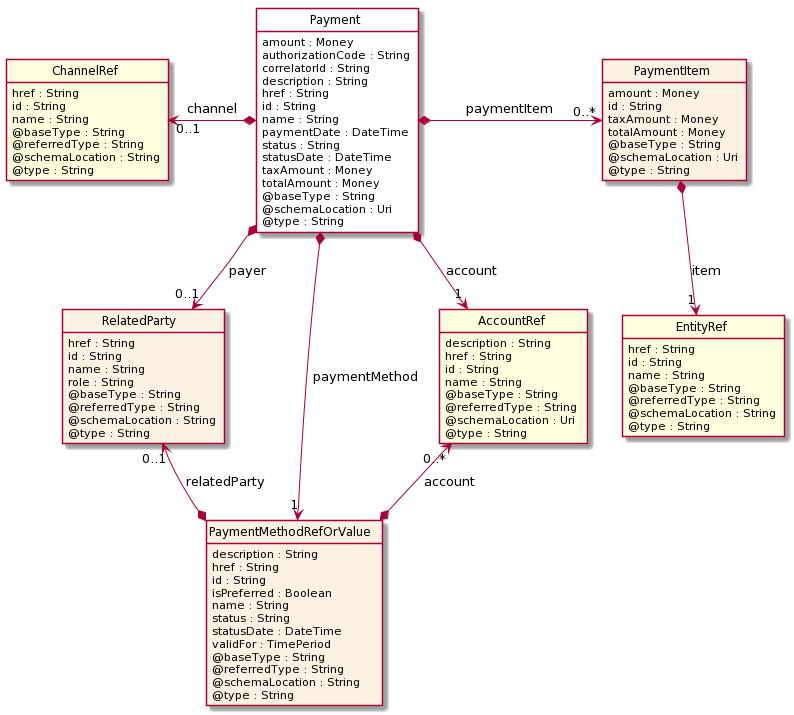
The PlantUML diagram apis/TMF676_Payment/documentation/diagrams/Resource_Payment.png in tmforum-apis/Open_Api_And_Data_Model, before a commit.
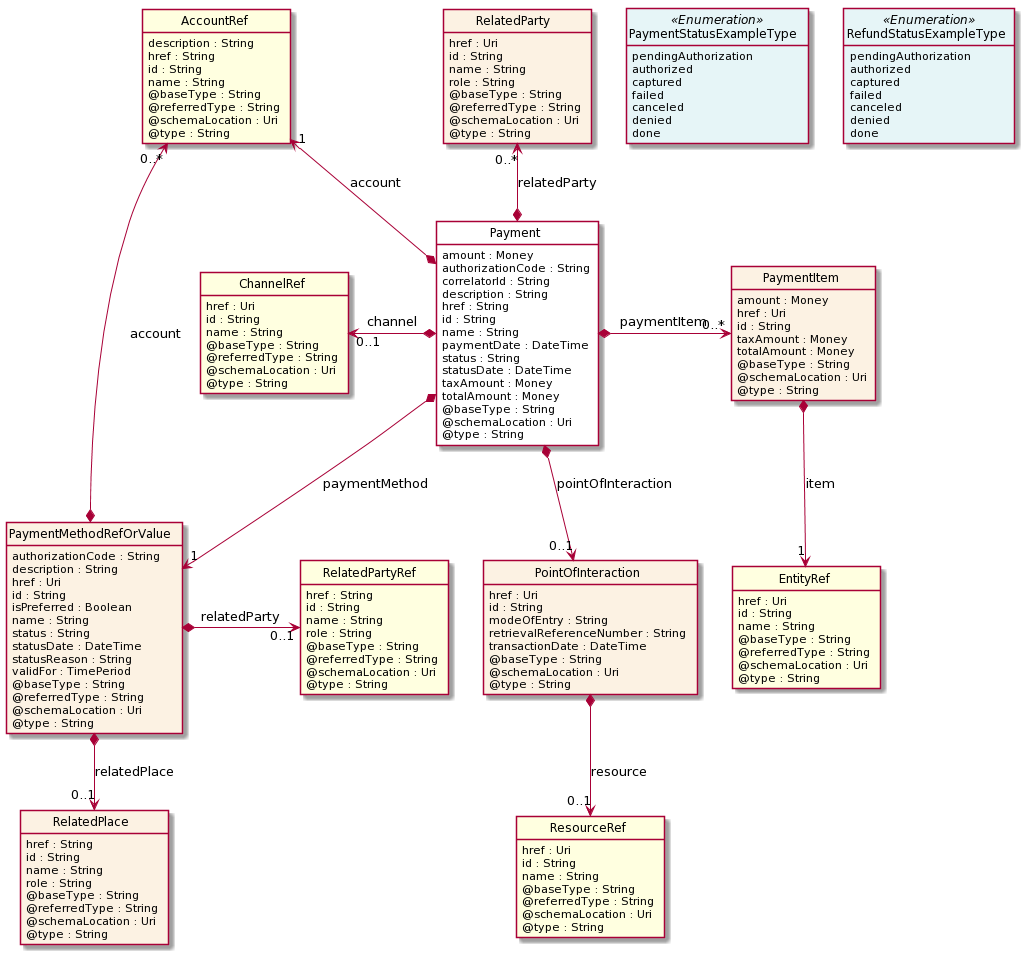
The same diagram one commit later.

Change to the diagram source:
```diff
@@ -28,29 +28,71 @@
     @type : String
 }
 
+class PaymentStatusExampleType <<Enumeration>> {
+    pendingAuthorization
+    authorized
+    captured
+    failed
+    canceled
+    denied
+    done
+}
+
+class RefundStatusExampleType <<Enumeration>> {
+    pendingAuthorization
+    authorized
+    captured
+    failed
+    canceled
+    denied
+    done
+}
+
 class ChannelRef  <<Ref>> {
-    href : String
+    href : Uri
     id : String
     name : String
     @baseType : String
     @referredType : String
-    @schemaLocation : String
+    @schemaLocation : Uri
+    @type : String
+}
+
+class PointOfInteraction  {
+    href : Uri
+    id : String
+    modeOfEntry : String
+    retrievalReferenceNumber : String
+    transactionDate : DateTime
+    @baseType : String
+    @schemaLocation : Uri
+    @type : String
+}
+
+class ResourceRef  <<Ref>> {
+    href : Uri
+    id : String
+    name : String
+    @baseType : String
+    @referredType : String
+    @schemaLocation : Uri
     @type : String
 }
 
 class RelatedParty  {
-    href : String
+    href : Uri
     id : String
     name : String
     role : String
     @baseType : String
     @referredType : String
-    @schemaLocation : String
+    @schemaLocation : Uri
     @type : String
 }
 
 class PaymentItem  {
     amount : Money
+    href : Uri
     id : String
     taxAmount : Money
     totalAmount : Money
@@ -60,27 +102,51 @@
 }
 
 class EntityRef  <<Ref>> {
-    href : String
+    href : Uri
     id : String
     name : String
     @baseType : String
     @referredType : String
-    @schemaLocation : String
+    @schemaLocation : Uri
     @type : String
 }
 
 class PaymentMethodRefOrValue  {
+    authorizationCode : String
     description : String
-    href : String
+    href : Uri
     id : String
     isPreferred : Boolean
     name : String
     status : String
     statusDate : DateTime
+    statusReason : String
     validFor : TimePeriod
     @baseType : String
     @referredType : String
-    @schemaLocation : String
+    @schemaLocation : Uri
+    @type : String
+}
+
+class RelatedPlace  {
+    href : String
+    id : String
+    name : String
+    role : String
+    @baseType : String
+    @referredType : String
+    @schemaLocation : Uri
+    @type : String
+}
+
+class RelatedPartyRef  <<Ref>> {
+    href : String
+    id : String
+    name : String
+    role : String
+    @baseType : String
+    @referredType : String
+    @schemaLocation : Uri
     @type : String
 }
 
@@ -97,17 +163,23 @@
 
 Payment *-right-> "0..*" PaymentItem : paymentItem
 
-Payment *-->  "0..1" RelatedParty : payer
-
-Payment *-->  "1" AccountRef : account
+AccountRef "1" <--* Payment : account
 
 Payment *-->  "1" PaymentMethodRefOrValue : paymentMethod
 
 AccountRef "0..*" <--* PaymentMethodRefOrValue : account
 
-RelatedParty "0..1" <--* PaymentMethodRefOrValue : relatedParty
+ChannelRef "0..1" <-left-* Payment : channel
 
-ChannelRef "0..1" <-left-* Payment : channel
+RelatedParty "0..*" <--* Payment : relatedParty
+
+Payment *-->  "0..1" PointOfInteraction : pointOfInteraction
+
+PaymentMethodRefOrValue *-right-> "0..1" RelatedPartyRef : relatedParty
+
+PaymentMethodRefOrValue *-->  "0..1" RelatedPlace : relatedPlace
+
+PointOfInteraction *-->  "0..1" ResourceRef : resource
 
 PaymentItem *-->  "1" EntityRef : item
 
```
